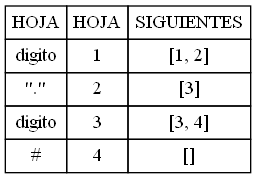
Before: SIGUIENTES_201903004/SiguientesExpresionReg2.png, a diagram exported from Graphviz (jona1403/Analizador-de-expresiones-1). Its source is kept beside it as SIGUIENTES_201903004/SiguientesExpresionReg2.dot.
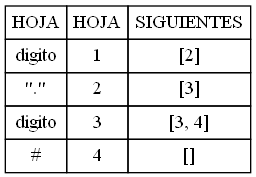
After the commit.

Change to the diagram source:
```diff
@@ -1,4 +1,4 @@
  digraph html {
 abc [shape=none, margin=0, label=<
-<TABLE BORDER="0" CELLBORDER="1" CELLSPACING="0" CELLPADDING="4"><tr><td>HOJA</td><td>HOJA</td><td>SIGUIENTES</td></tr><tr><td>digito</td><td>1</td><td>[1, 2]</td></tr><tr><td>"."</td><td>2</td><td>[3]</td></tr><tr><td>digito</td><td>3</td><td>[3, 4]</td></tr><tr><td>#</td><td>4</td><td>[]</td></tr></TABLE>>];
+<TABLE BORDER="0" CELLBORDER="1" CELLSPACING="0" CELLPADDING="4"><tr><td>HOJA</td><td>HOJA</td><td>SIGUIENTES</td></tr><tr><td>digito</td><td>1</td><td>[2]</td></tr><tr><td>"."</td><td>2</td><td>[3]</td></tr><tr><td>digito</td><td>3</td><td>[3, 4]</td></tr><tr><td>#</td><td>4</td><td>[]</td></tr></TABLE>>];
 }
```
